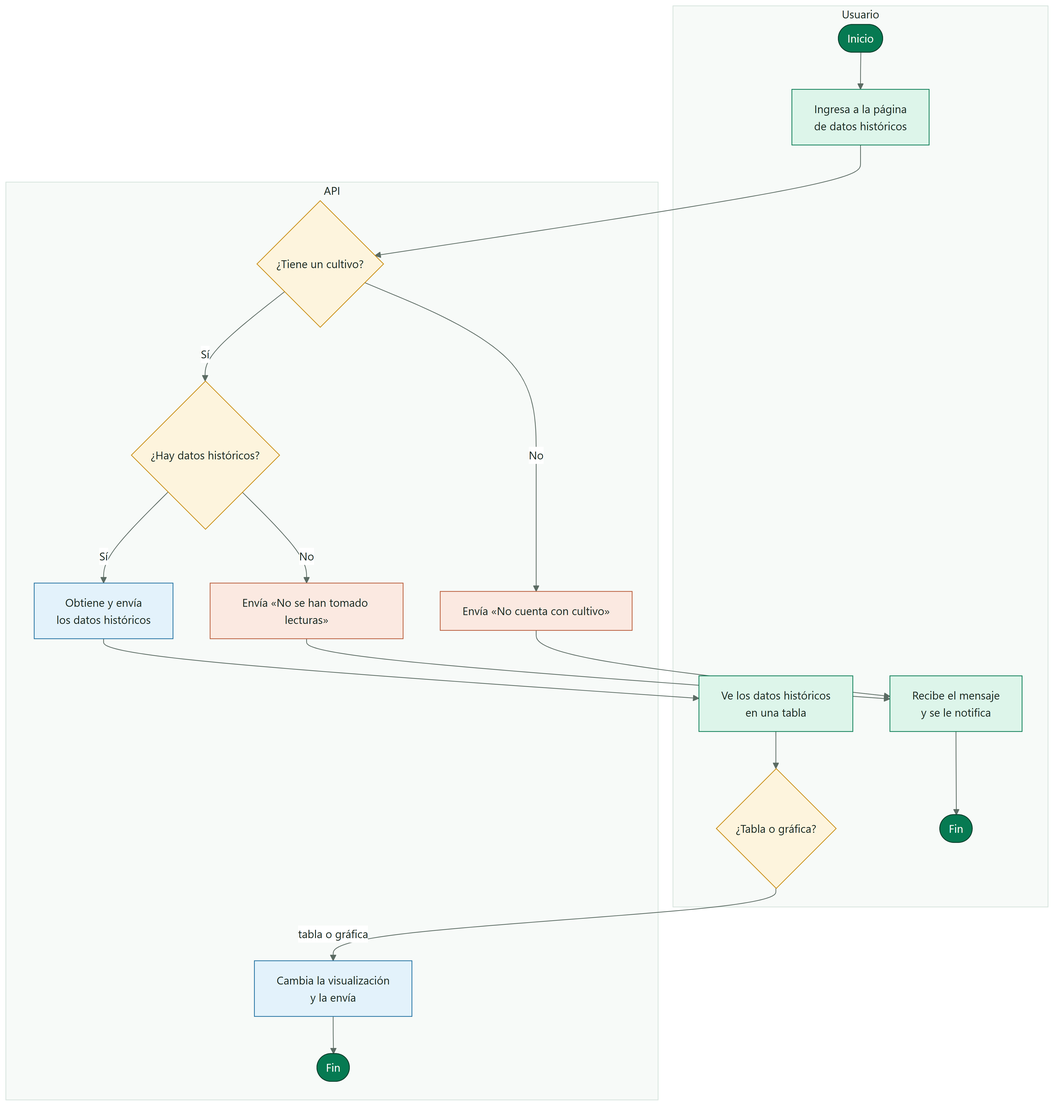
The Mermaid diagram docs/diagrams/SmartPot_43_Original_History_Activity.png in SmartPotTech/.github, before a commit. Its source is kept beside it as docs/diagrams/SmartPot_43_Original_History_Activity.mmd.
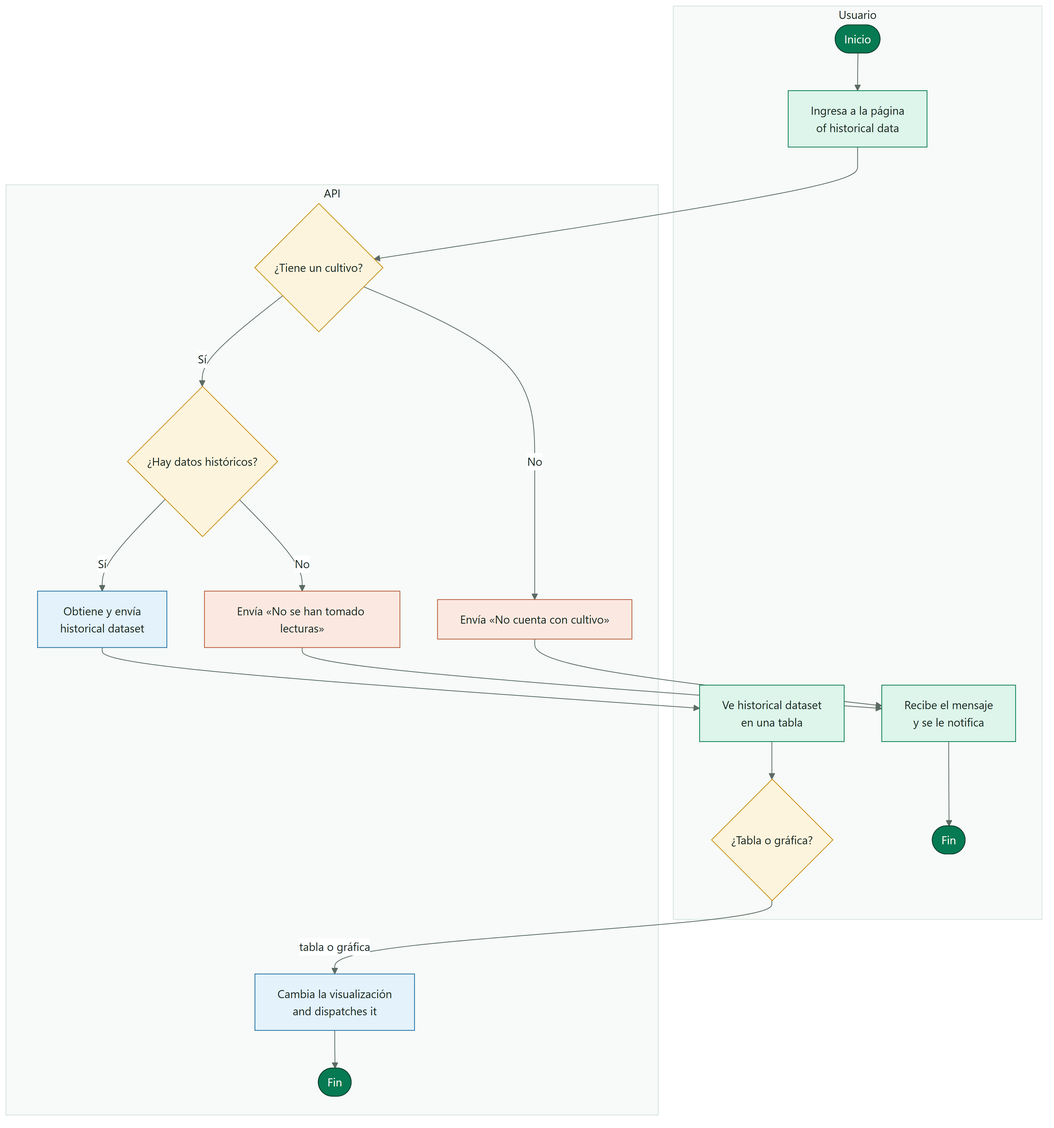
The same diagram one commit later.

Change to the diagram source:
```diff
@@ -2,18 +2,18 @@
 flowchart TB
   subgraph persona["Usuario"]
     direction TB
-    inicio(["Inicio"]) --> entra["Ingresa a la página<br/>de datos históricos"]
-    ve["Ve los datos históricos<br/>en una tabla"] --> elige{"¿Tabla o gráfica?"}
+    inicio(["Inicio"]) --> entra["Ingresa a la página<br/>of historical data"]
+    ve["Ve historical dataset<br/>en una tabla"] --> elige{"¿Tabla o gráfica?"}
     recibe["Recibe el mensaje<br/>y se le notifica"] --> fin1(["Fin"])
   end
   subgraph api["API"]
     direction TB
     tiene{"¿Tiene un cultivo?"}
     hay{"¿Hay datos históricos?"}
-    obtiene["Obtiene y envía<br/>los datos históricos"]
+    obtiene["Obtiene y envía<br/>historical dataset"]
     sinCultivo["Envía «No cuenta con cultivo»"]
     sinDatos["Envía «No se han tomado lecturas»"]
-    cambia["Cambia la visualización<br/>y la envía"] --> fin2(["Fin"])
+    cambia["Cambia la visualización<br/>and dispatches it"] --> fin2(["Fin"])
   end
   entra --> tiene
   tiene -->|"Sí"| hay
```
